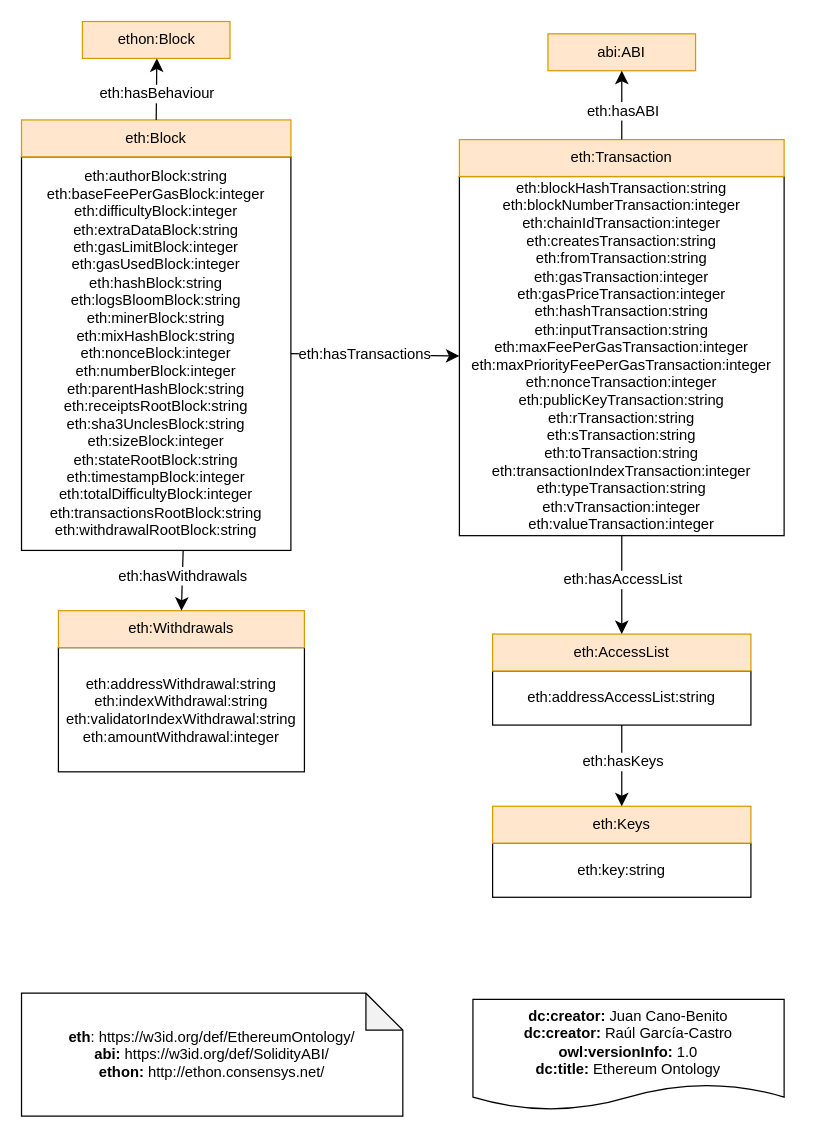
Earlier version of the draw.io diagram Ethereum Onto.drawio (oeg-upm/Ethereum-ontology). Source tidied: cells renumbered, new cells numbered last; positions are measured from the earlier drawing's top-left corner, leaving out a move shared by most shapes. Both pictures are drawn from the tidied source at 123%, with x=0, y=0 at pixel (21, 21).
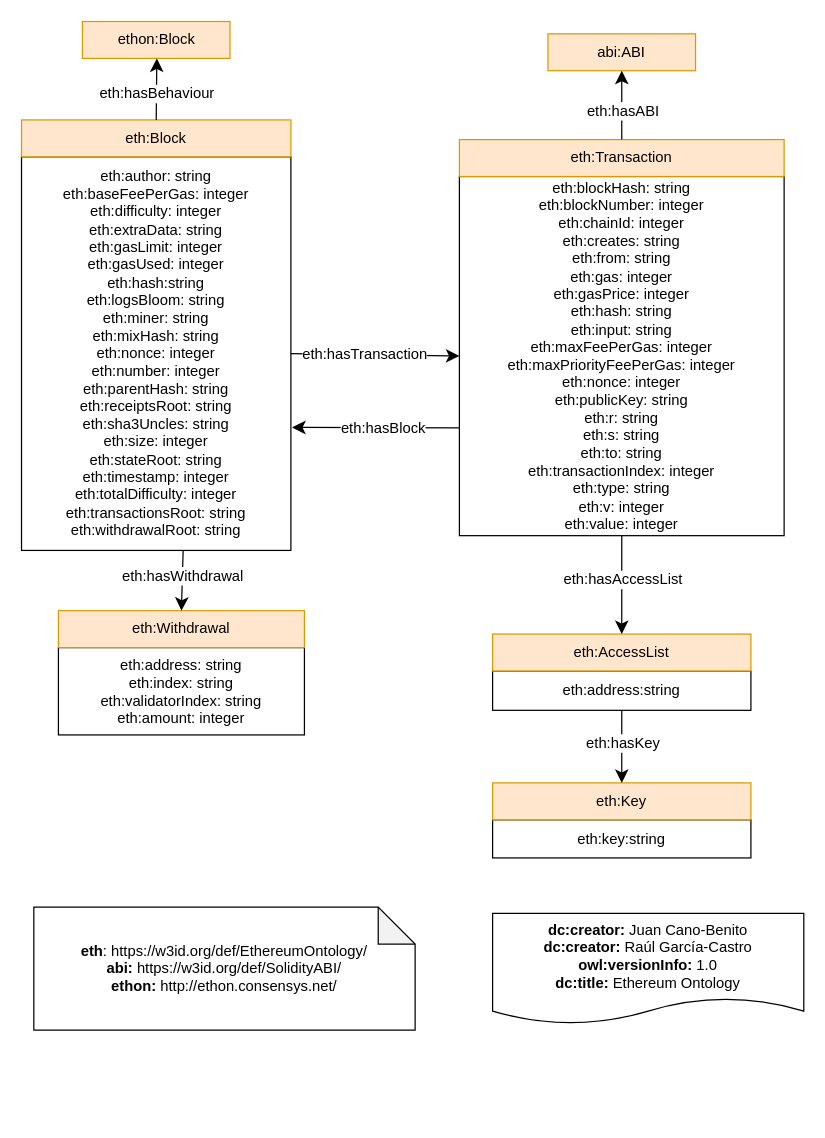
The same diagram, later.

The change refers to these unchanged cells:
```xml
<mxCell id="8" style="endArrow=classic;html=1;exitX=1;exitY=0.5;exitDx=0;exitDy=0;entryX=0;entryY=0.5;entryDx=0;entryDy=0;endSize=8;arcSize=0;rounded=0;" parent="1" edge="1" source="4" target="6">
  <mxGeometry relative="1" as="geometry" />
</mxCell>
<mxCell id="18" style="endArrow=classic;html=1;exitX=0.6;exitY=1;exitDx=0;exitDy=0;endSize=8;arcSize=0;rounded=0;entryX=0.5;entryY=0;entryDx=0;entryDy=0;" parent="1" edge="1" source="4" target="17">
  <mxGeometry relative="1" as="geometry" />
</mxCell>
<mxCell id="26" style="endArrow=classic;html=1;entryX=0.5;entryY=0;entryDx=0;entryDy=0;endSize=8;arcSize=0;rounded=0;exitX=0.5;exitY=1;exitDx=0;exitDy=0;" parent="1" edge="1" source="20" target="23">
  <mxGeometry relative="1" as="geometry" />
</mxCell>
```

Change to the diagram source:
```diff
@@
     <mxCell id="2" value="&lt;div&gt;&lt;b&gt;dc:creator:&lt;/b&gt;&amp;nbsp;Juan Cano-Benito&lt;br&gt;&lt;div style=&quot;border-color: var(--border-color);&quot;&gt;&lt;b style=&quot;border-color: var(--border-color);&quot;&gt;dc:creator:&lt;/b&gt;&amp;nbsp;Raúl García-Castro&lt;/div&gt;&lt;/div&gt;&lt;div&gt;&lt;b&gt;owl:versionInfo:&lt;/b&gt; 1.0&lt;/div&gt;&lt;div&gt;&lt;b&gt;dc:title:&lt;/b&gt;&amp;nbsp;Ethereum Ontology&lt;/div&gt;" style="shape=document;whiteSpace=wrap;html=1;boundedLbl=1;labelBackgroundColor=#ffffff;strokeColor=#000000;fontSize=12;fontColor=#000000;size=0.23333333333333334;" parent="1" vertex="1">
-      <mxGeometry x="367" y="795" width="253" height="90" as="geometry" />
+      <mxGeometry x="383" y="725" width="253" height="90" as="geometry" />
     </mxCell>
     <mxCell id="3" value="&lt;div&gt;&lt;b&gt;eth&lt;/b&gt;: https://w3id.org/def/EthereumOntology/&lt;/div&gt;&lt;div&gt;&lt;b&gt;abi:&lt;/b&gt;&amp;nbsp;https://w3id.org/def/SolidityABI/&lt;br&gt;&lt;span style=&quot;border-color: var(--border-color);&quot;&gt;&lt;b style=&quot;border-color: var(--border-color);&quot;&gt;ethon:&amp;nbsp;&lt;/b&gt;http://ethon.consensys.net/&lt;br style=&quot;border-color: var(--border-color);&quot;&gt;&lt;/span&gt;&lt;/div&gt;" style="shape=note;whiteSpace=wrap;html=1;backgroundOutline=1;darkOpacity=0.05;" parent="1" vertex="1">
-      <mxGeometry y="790" width="310" height="100" as="geometry" />
+      <mxGeometry x="10" y="720" width="310" height="100" as="geometry" />
     </mxCell>
-    <mxCell id="4" value="eth:authorBlock:string&lt;br&gt;eth:baseFeePerGasBlock:integer&lt;br&gt;eth:difficultyBlock:integer&lt;br&gt;eth:extraDataBlock:string&lt;br&gt;eth:gasLimitBlock:integer&lt;br style=&quot;border-color: var(--border-color);&quot;&gt;eth:gasUsedBlock:integer&lt;br&gt;eth:hashBlock:string&lt;br&gt;eth:logsBloomBlock:string&lt;br&gt;eth:minerBlock:string&lt;br style=&quot;border-color: var(--border-color);&quot;&gt;eth:mixHashBlock:string&lt;br&gt;eth:nonceBlock:integer&lt;br style=&quot;border-color: var(--border-color);&quot;&gt;eth:numberBlock:integer&lt;br&gt;eth:parentHashBlock:string&lt;br style=&quot;border-color: var(--border-color);&quot;&gt;eth:receiptsRootBlock:string&lt;br style=&quot;border-color: var(--border-color);&quot;&gt;eth:sha3UnclesBlock:string&lt;br&gt;eth:sizeBlock:integer&lt;br&gt;eth:stateRootBlock:string&lt;br style=&quot;border-color: var(--border-color);&quot;&gt;eth:timestampBlock:integer&lt;br&gt;eth:totalDifficultyBlock:integer&lt;br style=&quot;border-color: var(--border-color);&quot;&gt;eth:transactionsRootBlock:string&lt;br&gt;eth:withdrawalRootBlock:string" style="rounded=0;whiteSpace=wrap;html=1;snapToPoint=1;points=[[0.1,0],[0.2,0],[0.3,0],[0.4,0],[0.5,0],[0.6,0],[0.7,0],[0.8,0],[0.9,0],[0,0.1],[0,0.3],[0,0.5],[0,0.7],[0,0.9],[0.1,1],[0.2,1],[0.3,1],[0.4,1],[0.5,1],[0.6,1],[0.7,1],[0.8,1],[0.9,1],[1,0.1],[1,0.3],[1,0.5],[1,0.7],[1,0.9]];" parent="1" vertex="1">
+    <mxCell id="4" value="eth:author: string&lt;br&gt;eth:baseFeePerGas: integer&lt;br&gt;eth:difficulty: integer&lt;br&gt;eth:extraData: string&lt;br&gt;eth:gasLimit: integer&lt;br style=&quot;border-color: var(--border-color);&quot;&gt;eth:gasUsed: integer&lt;br&gt;eth:hash:string&lt;br&gt;eth:logsBloom: string&lt;br&gt;eth:miner: string&lt;br style=&quot;border-color: var(--border-color);&quot;&gt;eth:mixHash: string&lt;br&gt;eth:nonce: integer&lt;br style=&quot;border-color: var(--border-color);&quot;&gt;eth:number: integer&lt;br&gt;eth:parentHash: string&lt;br style=&quot;border-color: var(--border-color);&quot;&gt;eth:receiptsRoot: string&lt;br style=&quot;border-color: var(--border-color);&quot;&gt;eth:sha3Uncles: string&lt;br&gt;eth:size: integer&lt;br&gt;eth:stateRoot: string&lt;br style=&quot;border-color: var(--border-color);&quot;&gt;eth:timestamp: integer&lt;br&gt;eth:totalDifficulty: integer&lt;br style=&quot;border-color: var(--border-color);&quot;&gt;eth:transactionsRoot: string&lt;br&gt;eth:withdrawalRoot: string" style="rounded=0;whiteSpace=wrap;html=1;snapToPoint=1;points=[[0.1,0],[0.2,0],[0.3,0],[0.4,0],[0.5,0],[0.6,0],[0.7,0],[0.8,0],[0.9,0],[0,0.1],[0,0.3],[0,0.5],[0,0.7],[0,0.9],[0.1,1],[0.2,1],[0.3,1],[0.4,1],[0.5,1],[0.6,1],[0.7,1],[0.8,1],[0.9,1],[1,0.1],[1,0.3],[1,0.5],[1,0.7],[1,0.9]];" parent="1" vertex="1">
       <mxGeometry y="110" width="219" height="320" as="geometry" />
     </mxCell>
@@
-    <mxCell id="6" value="eth:blockHashTransaction:string&lt;br&gt;eth:blockNumberTransaction:integer&lt;br&gt;eth:chainIdTransaction:integer&lt;br&gt;eth:createsTransaction:string&lt;br style=&quot;border-color: var(--border-color);&quot;&gt;eth:fromTransaction:string&lt;br&gt;eth:gasTransaction:integer&lt;br&gt;eth:gasPriceTransaction:integer&lt;br&gt;eth:hashTransaction:string&lt;br&gt;eth:inputTransaction:string&lt;br&gt;eth:maxFeePerGasTransaction:integer&lt;br style=&quot;border-color: var(--border-color);&quot;&gt;eth:maxPriorityFeePerGasTransaction:integer&lt;br&gt;eth:nonceTransaction:integer&lt;br&gt;eth:publicKeyTransaction:string&lt;br&gt;eth:rTransaction:string&lt;br&gt;eth:sTransaction:string&lt;br&gt;eth:toTransaction:string&lt;br style=&quot;border-color: var(--border-color);&quot;&gt;eth:transactionIndexTransaction:integer&lt;br&gt;eth:typeTransaction:string&lt;br&gt;eth:vTransaction:integer&lt;br&gt;eth:valueTransaction:integer" style="rounded=0;whiteSpace=wrap;html=1;snapToPoint=1;points=[[0.1,0],[0.2,0],[0.3,0],[0.4,0],[0.5,0],[0.6,0],[0.7,0],[0.8,0],[0.9,0],[0,0.1],[0,0.3],[0,0.5],[0,0.7],[0,0.9],[0.1,1],[0.2,1],[0.3,1],[0.4,1],[0.5,1],[0.6,1],[0.7,1],[0.8,1],[0.9,1],[1,0.1],[1,0.3],[1,0.5],[1,0.7],[1,0.9]];" parent="1" vertex="1">
+    <mxCell id="6" value="eth:blockHash: string&lt;br&gt;eth:blockNumber: integer&lt;br&gt;eth:chainId: integer&lt;br&gt;eth:creates: string&lt;br style=&quot;border-color: var(--border-color);&quot;&gt;eth:from: string&lt;br&gt;eth:gas: integer&lt;br&gt;eth:gasPrice: integer&lt;br&gt;eth:hash: string&lt;br&gt;eth:input: string&lt;br&gt;eth:maxFeePerGas: integer&lt;br style=&quot;border-color: var(--border-color);&quot;&gt;eth:maxPriorityFeePerGas: integer&lt;br&gt;eth:nonce: integer&lt;br&gt;eth:publicKey: string&lt;br&gt;eth:r: string&lt;br&gt;eth:s: string&lt;br&gt;eth:to: string&lt;br style=&quot;border-color: var(--border-color);&quot;&gt;eth:transactionIndex: integer&lt;br&gt;eth:type: string&lt;br&gt;eth:v: integer&lt;br&gt;eth:value: integer" style="rounded=0;whiteSpace=wrap;html=1;snapToPoint=1;points=[[0.1,0],[0.2,0],[0.3,0],[0.4,0],[0.5,0],[0.6,0],[0.7,0],[0.8,0],[0.9,0],[0,0.1],[0,0.3],[0,0.5],[0,0.7],[0,0.9],[0.1,1],[0.2,1],[0.3,1],[0.4,1],[0.5,1],[0.6,1],[0.7,1],[0.8,1],[0.9,1],[1,0.1],[1,0.3],[1,0.5],[1,0.7],[1,0.9]];" parent="1" vertex="1">
       <mxGeometry x="356" y="126" width="264" height="292" as="geometry" />
     </mxCell>
@@
-    <mxCell id="9" value="&lt;div&gt;eth:hasTransactions&lt;/div&gt;" style="text;html=1;align=center;verticalAlign=middle;labelBackgroundColor=#ffffff;" parent="8" vertex="1">
+    <mxCell id="9" value="&lt;div&gt;eth:hasTransaction&lt;/div&gt;" style="text;html=1;align=center;verticalAlign=middle;labelBackgroundColor=#ffffff;" parent="8" vertex="1">
       <mxGeometry x="-0.13" relative="1" as="geometry" />
     </mxCell>
@@
-    <mxCell id="16" value="eth:addressWithdrawal:string&lt;br&gt;eth:indexWithdrawal:string&lt;br&gt;eth:validatorIndexWithdrawal:string&lt;br&gt;eth:amountWithdrawal:integer" style="rounded=0;whiteSpace=wrap;html=1;" parent="1" vertex="1">
-      <mxGeometry x="30" y="509" width="200" height="101" as="geometry" />
+    <mxCell id="16" value="eth:address: string&lt;br&gt;eth:index: string&lt;br&gt;eth:validatorIndex: string&lt;br&gt;eth:amount: integer" style="rounded=0;whiteSpace=wrap;html=1;" parent="1" vertex="1">
+      <mxGeometry x="30" y="509" width="200" height="71" as="geometry" />
     </mxCell>
-    <mxCell id="17" value="eth:Withdrawals" style="rounded=0;whiteSpace=wrap;html=1;snapToPoint=1;points=[[0.1,0],[0.2,0],[0.3,0],[0.4,0],[0.5,0],[0.6,0],[0.7,0],[0.8,0],[0.9,0],[0,0.1],[0,0.3],[0,0.5],[0,0.7],[0,0.9],[0.1,1],[0.2,1],[0.3,1],[0.4,1],[0.5,1],[0.6,1],[0.7,1],[0.8,1],[0.9,1],[1,0.1],[1,0.3],[1,0.5],[1,0.7],[1,0.9]];fillColor=#ffe6cc;strokeColor=#d79b00;" parent="1" vertex="1">
+    <mxCell id="17" value="eth:Withdrawal" style="rounded=0;whiteSpace=wrap;html=1;snapToPoint=1;points=[[0.1,0],[0.2,0],[0.3,0],[0.4,0],[0.5,0],[0.6,0],[0.7,0],[0.8,0],[0.9,0],[0,0.1],[0,0.3],[0,0.5],[0,0.7],[0,0.9],[0.1,1],[0.2,1],[0.3,1],[0.4,1],[0.5,1],[0.6,1],[0.7,1],[0.8,1],[0.9,1],[1,0.1],[1,0.3],[1,0.5],[1,0.7],[1,0.9]];fillColor=#ffe6cc;strokeColor=#d79b00;" parent="1" vertex="1">
       <mxGeometry x="30" y="479" width="200" height="30" as="geometry" />
     </mxCell>
@@
-    <mxCell id="19" value="&lt;div&gt;eth:hasWithdrawals&lt;/div&gt;" style="text;html=1;align=center;verticalAlign=middle;labelBackgroundColor=#ffffff;" parent="18" vertex="1">
+    <mxCell id="19" value="&lt;div&gt;eth:hasWithdrawal&lt;/div&gt;" style="text;html=1;align=center;verticalAlign=middle;labelBackgroundColor=#ffffff;" parent="18" vertex="1">
       <mxGeometry x="-0.13" relative="1" as="geometry" />
     </mxCell>
-    <mxCell id="20" value="eth:addressAccessList:string" style="rounded=0;whiteSpace=wrap;html=1;snapToPoint=1;points=[[0.1,0],[0.2,0],[0.3,0],[0.4,0],[0.5,0],[0.6,0],[0.7,0],[0.8,0],[0.9,0],[0,0.1],[0,0.3],[0,0.5],[0,0.7],[0,0.9],[0.1,1],[0.2,1],[0.3,1],[0.4,1],[0.5,1],[0.6,1],[0.7,1],[0.8,1],[0.9,1],[1,0.1],[1,0.3],[1,0.5],[1,0.7],[1,0.9]];" parent="1" vertex="1">
-      <mxGeometry x="383" y="528" width="210" height="44" as="geometry" />
+    <mxCell id="20" value="eth:address:string" style="rounded=0;whiteSpace=wrap;html=1;snapToPoint=1;points=[[0.1,0],[0.2,0],[0.3,0],[0.4,0],[0.5,0],[0.6,0],[0.7,0],[0.8,0],[0.9,0],[0,0.1],[0,0.3],[0,0.5],[0,0.7],[0,0.9],[0.1,1],[0.2,1],[0.3,1],[0.4,1],[0.5,1],[0.6,1],[0.7,1],[0.8,1],[0.9,1],[1,0.1],[1,0.3],[1,0.5],[1,0.7],[1,0.9]];" parent="1" vertex="1">
+      <mxGeometry x="383" y="528" width="210" height="32" as="geometry" />
     </mxCell>
@@
     <mxCell id="22" value="eth:key:string" style="rounded=0;whiteSpace=wrap;html=1;" parent="1" vertex="1">
-      <mxGeometry x="383" y="668" width="210" height="44" as="geometry" />
+      <mxGeometry x="383" y="649" width="210" height="31" as="geometry" />
     </mxCell>
-    <mxCell id="23" value="eth:Keys" style="rounded=0;whiteSpace=wrap;html=1;snapToPoint=1;points=[[0.1,0],[0.2,0],[0.3,0],[0.4,0],[0.5,0],[0.6,0],[0.7,0],[0.8,0],[0.9,0],[0,0.1],[0,0.3],[0,0.5],[0,0.7],[0,0.9],[0.1,1],[0.2,1],[0.3,1],[0.4,1],[0.5,1],[0.6,1],[0.7,1],[0.8,1],[0.9,1],[1,0.1],[1,0.3],[1,0.5],[1,0.7],[1,0.9]];fillColor=#ffe6cc;strokeColor=#d79b00;" parent="1" vertex="1">
-      <mxGeometry x="383" y="638" width="210" height="30" as="geometry" />
+    <mxCell id="23" value="eth:Key" style="rounded=0;whiteSpace=wrap;html=1;snapToPoint=1;points=[[0.1,0],[0.2,0],[0.3,0],[0.4,0],[0.5,0],[0.6,0],[0.7,0],[0.8,0],[0.9,0],[0,0.1],[0,0.3],[0,0.5],[0,0.7],[0,0.9],[0.1,1],[0.2,1],[0.3,1],[0.4,1],[0.5,1],[0.6,1],[0.7,1],[0.8,1],[0.9,1],[1,0.1],[1,0.3],[1,0.5],[1,0.7],[1,0.9]];fillColor=#ffe6cc;strokeColor=#d79b00;" parent="1" vertex="1">
+      <mxGeometry x="383" y="619" width="210" height="30" as="geometry" />
     </mxCell>
@@
-    <mxCell id="27" value="&lt;div&gt;eth:hasKeys&lt;/div&gt;" style="text;html=1;align=center;verticalAlign=middle;labelBackgroundColor=#ffffff;" parent="26" vertex="1">
+    <mxCell id="27" value="&lt;div&gt;eth:hasKey&lt;/div&gt;" style="text;html=1;align=center;verticalAlign=middle;labelBackgroundColor=#ffffff;" parent="26" vertex="1">
       <mxGeometry x="-0.13" relative="1" as="geometry" />
     </mxCell>
+    <mxCell id="28" style="endArrow=classic;html=1;exitX=0;exitY=0.7;exitDx=0;exitDy=0;endSize=8;arcSize=0;rounded=0;" parent="1" edge="1" source="6">
+      <mxGeometry relative="1" as="geometry">
+        <mxPoint x="220" y="330" as="targetPoint" />
+      </mxGeometry>
+    </mxCell>
+    <mxCell id="29" value="&lt;div&gt;eth:hasBlock&lt;/div&gt;" style="text;html=1;align=center;verticalAlign=middle;labelBackgroundColor=#ffffff;" parent="28" vertex="1">
+      <mxGeometry x="-0.13" relative="1" as="geometry">
+        <mxPoint x="-4" as="offset" />
+      </mxGeometry>
+    </mxCell>
```
